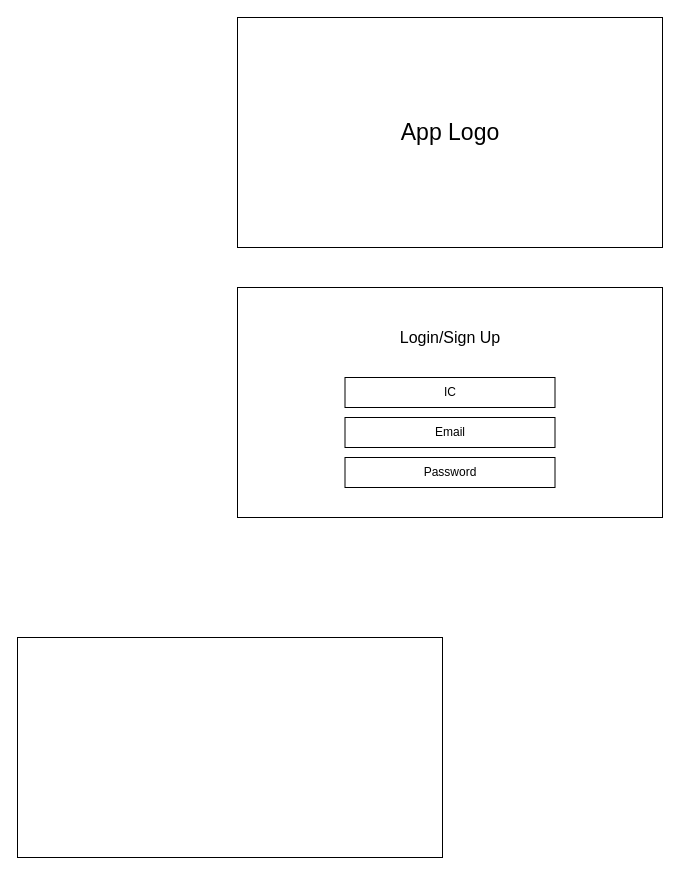
The draw.io diagram eiv.drawio in yting27/drawio-examples, before the edit. Source tidied: cells renumbered, new cells numbered last; positions are measured from the earlier drawing's top-left corner, leaving out a move shared by most shapes. Both pictures are drawn from the tidied source at 100%, with x=0, y=0 at pixel (17, 17).
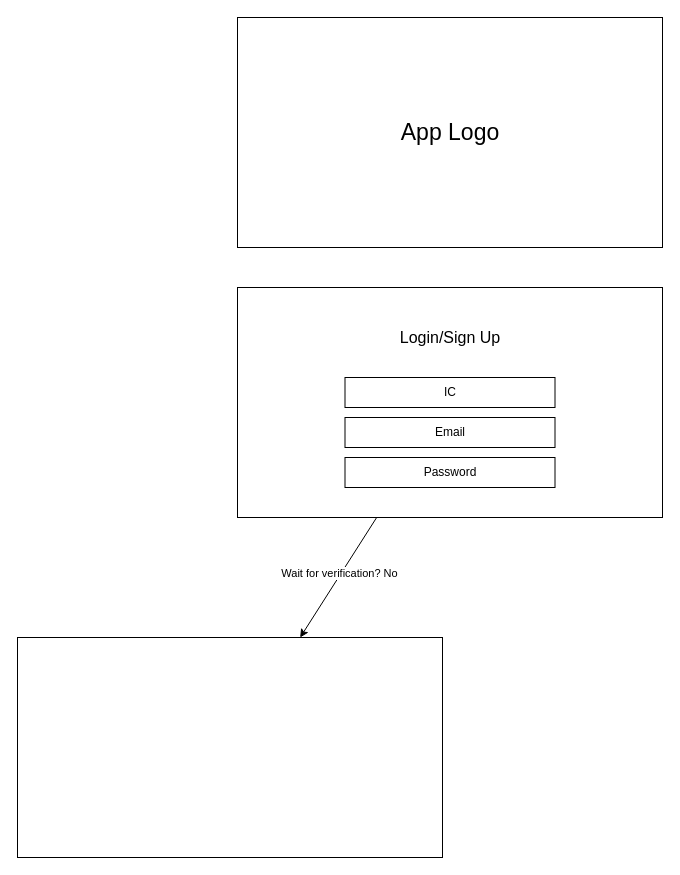
After the change.

Diff of the diagram source:
```diff
@@
 <mxGraphModel>
   <root>
     <mxCell id="0" />
     <mxCell id="1" parent="0" />
     <mxCell id="2" style="rounded=0;whiteSpace=wrap;html=1;" parent="1" vertex="1">
       <mxGeometry x="220" width="425" height="230" as="geometry" />
     </mxCell>
     <mxCell id="3" value="&lt;font style=&quot;font-size: 23px;&quot;&gt;App Logo&lt;/font&gt;" style="text;html=1;align=center;verticalAlign=middle;whiteSpace=wrap;rounded=0;" parent="1" vertex="1">
       <mxGeometry x="317.5" y="85" width="230" height="60" as="geometry" />
     </mxCell>
+    <mxCell id="10" style="rounded=0;jettySize=auto;html=1;" parent="1" edge="1" source="4" target="9">
+      <mxGeometry relative="1" as="geometry" />
+    </mxCell>
+    <mxCell id="11" value="Wait for verification? No" style="edgeLabel;html=1;align=center;verticalAlign=middle;" parent="10" vertex="1">
+      <mxGeometry x="-0.04" y="-3" relative="1" as="geometry">
+        <mxPoint x="1" as="offset" />
+      </mxGeometry>
+    </mxCell>
     <mxCell id="4" style="rounded=0;whiteSpace=wrap;html=1;" parent="1" vertex="1">
       <mxGeometry x="220" y="270" width="425" height="230" as="geometry" />
     </mxCell>
     <mxCell id="5" value="&lt;font style=&quot;font-size: 16px;&quot;&gt;Login/Sign Up&lt;/font&gt;" style="text;html=1;align=center;verticalAlign=middle;whiteSpace=wrap;rounded=0;" parent="1" vertex="1">
       <mxGeometry x="317.5" y="290" width="230" height="60" as="geometry" />
     </mxCell>
     <mxCell id="6" value="IC" style="rounded=0;whiteSpace=wrap;html=1;" parent="1" vertex="1">
       <mxGeometry x="327.5" y="360" width="210" height="30" as="geometry" />
     </mxCell>
     <mxCell id="7" value="Email" style="rounded=0;whiteSpace=wrap;html=1;" parent="1" vertex="1">
       <mxGeometry x="327.5" y="400" width="210" height="30" as="geometry" />
     </mxCell>
     <mxCell id="8" value="Password" style="rounded=0;whiteSpace=wrap;html=1;" parent="1" vertex="1">
       <mxGeometry x="327.5" y="440" width="210" height="30" as="geometry" />
     </mxCell>
     <mxCell id="9" style="rounded=0;whiteSpace=wrap;html=1;" parent="1" vertex="1">
       <mxGeometry y="620" width="425" height="220" as="geometry" />
     </mxCell>
   </root>
 </mxGraphModel>
```
